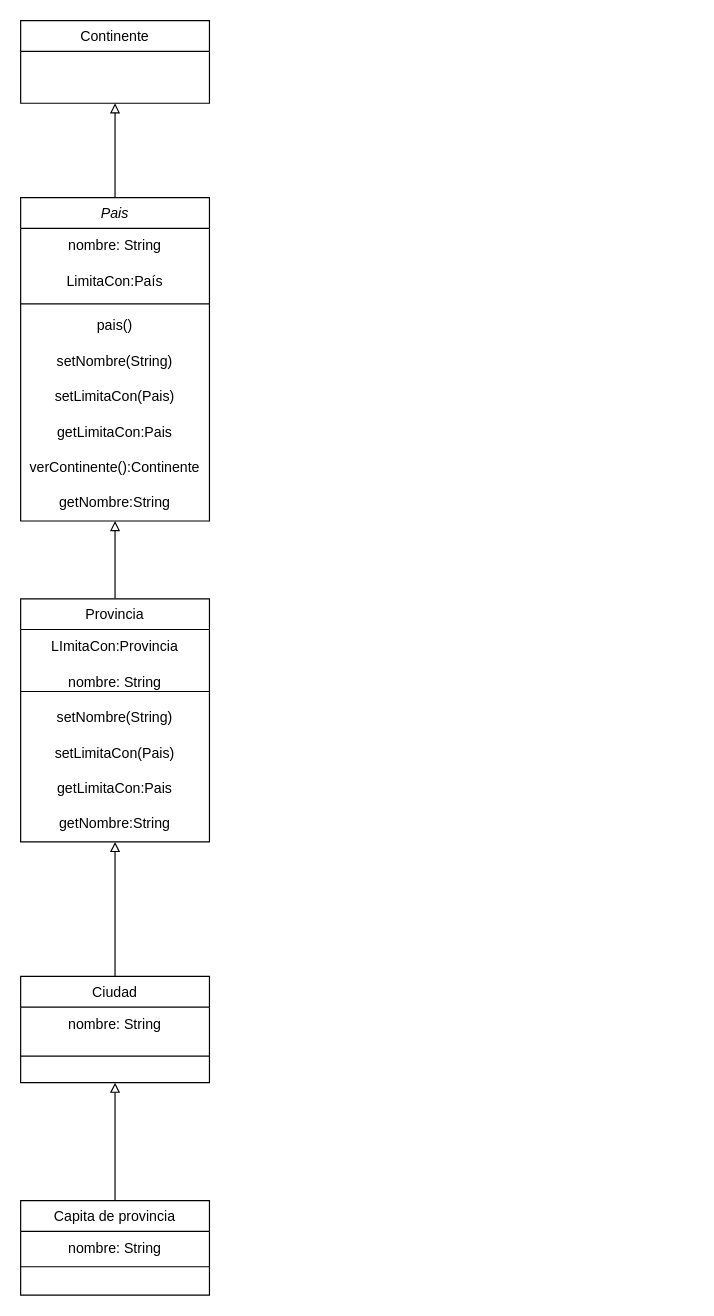
This is Entornos/Tema 05/paises.drawio from vjp-rosangelaRC/Netbeans, a draw.io file, before an edit. Source tidied: cells renumbered, new cells numbered last; positions are measured from the earlier drawing's top-left corner, leaving out a move shared by most shapes. Both pictures are drawn from the tidied source at 118%, with x=0, y=0 at pixel (20, 20).
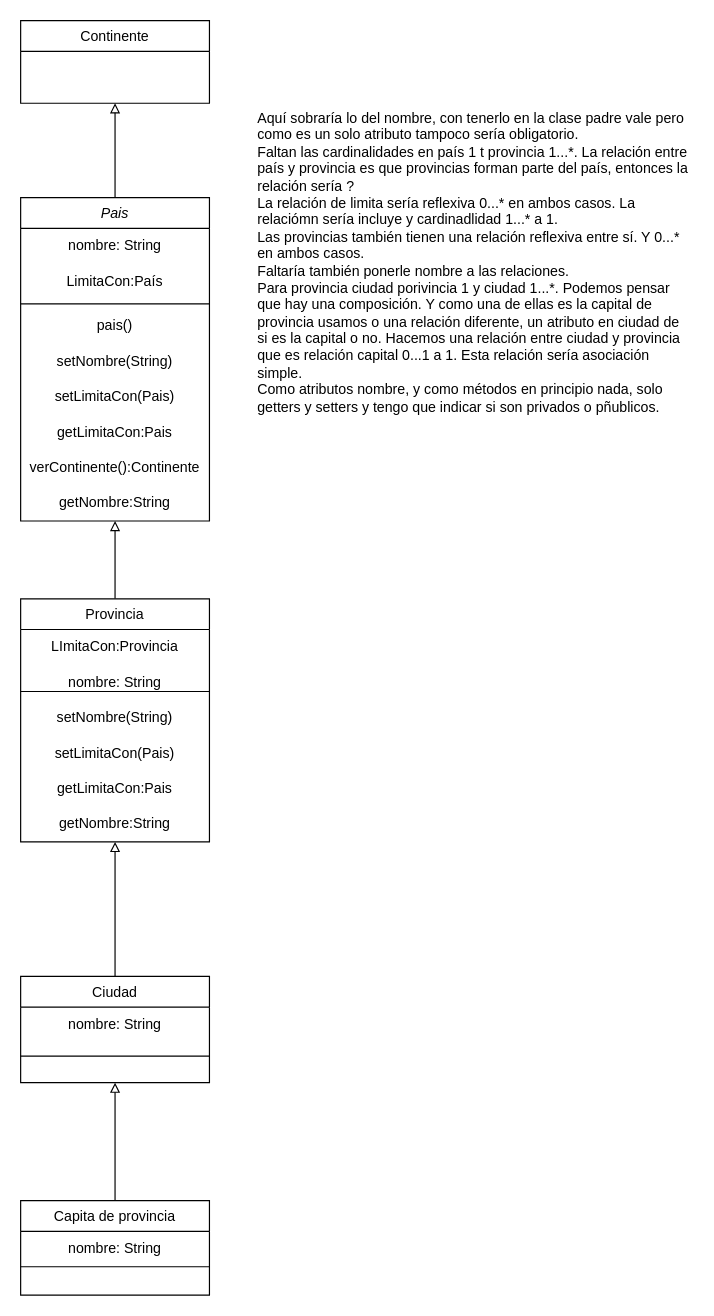
After the change.

The edit, as a diff of the source:
```diff
@@
+    <mxCell id="31" value="&lt;div style=&quot;text-align: left;&quot;&gt;&lt;span style=&quot;background-color: initial;&quot;&gt;Aquí sobraría lo del nombre, con tenerlo en la clase padre vale pero como es un solo atributo tampoco sería obligatorio.&amp;nbsp;&lt;/span&gt;&lt;/div&gt;&lt;div style=&quot;text-align: left;&quot;&gt;&lt;span style=&quot;background-color: initial;&quot;&gt;Faltan las cardinalidades en país 1 t provincia 1...*. La relación entre país y provincia es que provincias forman parte del país, entonces la relación sería ?&lt;/span&gt;&lt;/div&gt;&lt;div style=&quot;text-align: left;&quot;&gt;&lt;span style=&quot;background-color: initial;&quot;&gt;La relación de limita sería reflexiva 0...* en ambos casos. La relaciómn sería incluye y cardinadlidad 1...* a 1.&amp;nbsp;&lt;/span&gt;&lt;/div&gt;&lt;div style=&quot;text-align: left;&quot;&gt;&lt;span style=&quot;background-color: initial;&quot;&gt;Las provincias también tienen una relación reflexiva entre sí. Y 0...* en ambos casos.&amp;nbsp;&lt;/span&gt;&lt;/div&gt;&lt;div style=&quot;text-align: left;&quot;&gt;Faltaría también ponerle nombre a las relaciones.&amp;nbsp;&lt;/div&gt;&lt;div style=&quot;text-align: left;&quot;&gt;Para provincia ciudad porivincia 1 y ciudad 1...*. Podemos pensar que hay una composición. Y como una de ellas es la capital de provincia usamos o una relación diferente, un atributo en ciudad de si es la capital o no. Hacemos una relación entre ciudad y provincia que es relación capital 0...1 a 1. Esta relación sería asociación simple.&amp;nbsp;&lt;/div&gt;&lt;div style=&quot;text-align: left;&quot;&gt;Como atributos nombre, y como métodos en principio nada, solo getters y setters y tengo que indicar si son privados o pñublicos.&amp;nbsp;&lt;/div&gt;" style="text;html=1;strokeColor=none;fillColor=none;align=center;verticalAlign=middle;whiteSpace=wrap;rounded=0;" parent="1" vertex="1">
+      <mxGeometry x="200" y="20" width="370" height="370" as="geometry" />
+    </mxCell>
```
